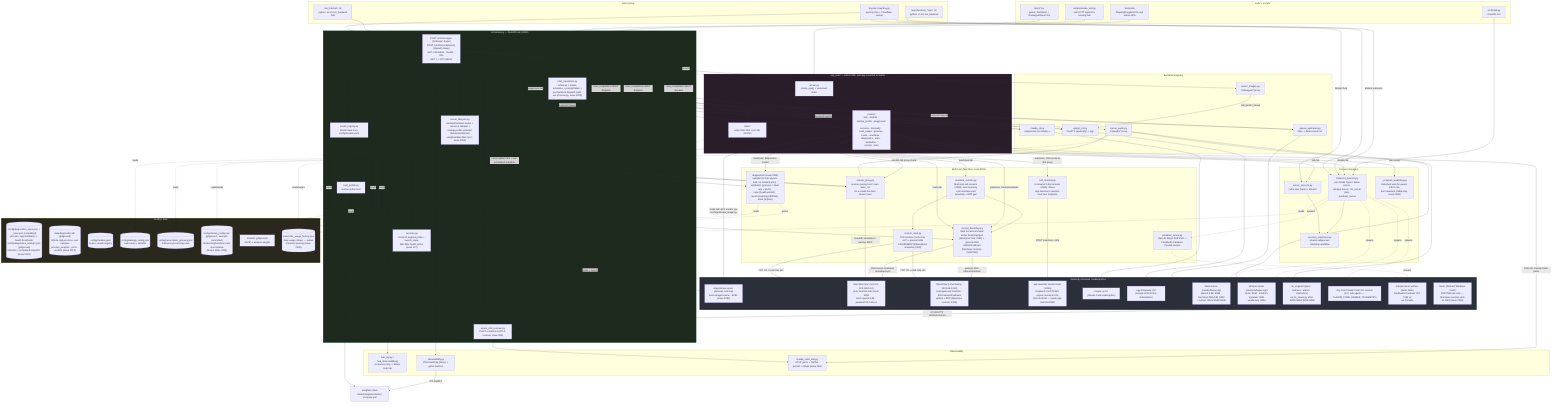
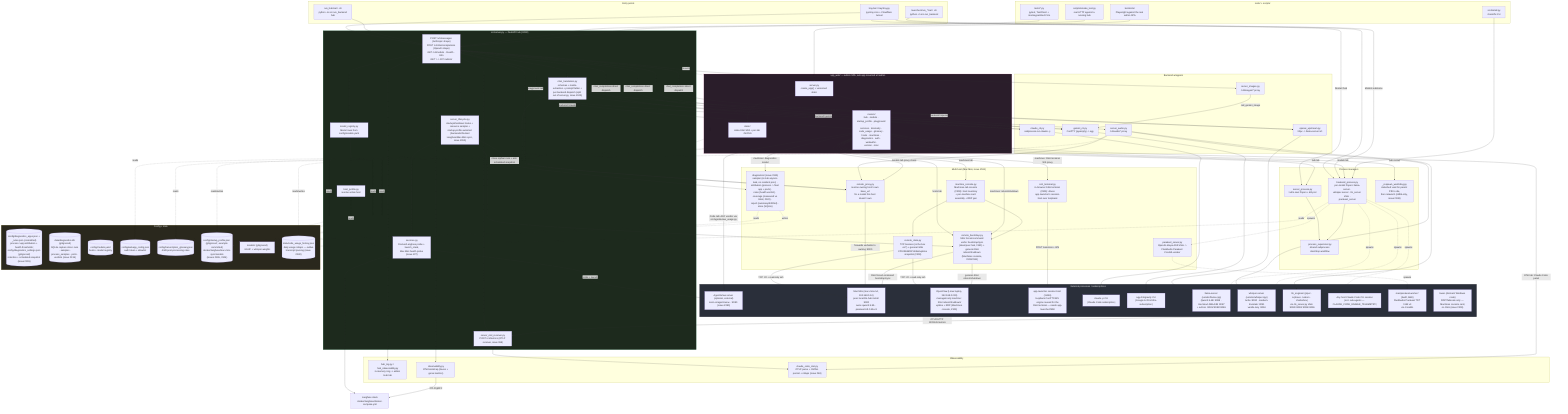
%% docs/architecture.mmd — local-llm-hub's own internal structure.
%% Hand-authored, not generated — companion to the fleet-wide convention in
%% ferraroroberto/fleet-config#256 (see that repo's own docs/architecture.mmd
%% for the reference dogfood). This is deliberately smaller than
%% docs/project-structure.md's three detailed diagrams (component/module/
%% sequence) — it's the one-glance map; project-structure.md stays the deep
%% reference. Update this diagram in the same PR as any material structural
%% change (a backend added/removed, a router moved, a process manager
%% relocated) — same anti-staleness contract as this repo's own `.fleet.toml`
%% `description` field.

flowchart TB
  subgraph entry["Entry points"]
    TRAY["tray.bat / tray/tray.py\npystray icon + Cloudflare tunnel"]
    RUNHUB["run_hub.bat / .sh\npython -m src.run_backend hub"]
    RUNMODEL["launchers/run_*.bat / .sh\npython -m src.run_backend <model_id>"]
  end

  subgraph core["src/server.py — FastAPI hub (:8000)"]
    SRV["POST /v1/messages (Anthropic shape)\nPOST /v1/chat/completions (OpenAI shape)\nGET /v1/models · /health · /info\nGET / -> 307 /admin/"]
    CHATT["chat_translation.py\nschemas + media extraction + prompt flatten +\nper-backend dispatch (split out of server.py, issue #245)"]
    LIFECYCLE["server_lifecycle.py\nstartup/shutdown hooks + resource sampler +\nstartup-profile autostart (backends/Docker/\nLangfuse/Mac-Mini-sync, issue #265)"]
    REG["model_registry.py\nModel rows from config/models.yaml"]
    HOSTP["host_profile.py\nresolve active host"]
    OTELRECV["server_otel_receiver.py\nPOST /v1/metrics (OTLP receiver, issue #68)"]
    SVC["services.py\nDocker/Langfuse probe + launch_stack,\nMac Mini health probe (issue #27)"]
  end
  TRAY --> SRV
  RUNHUB --> SRV
  SRV --> CHATT
  SRV --> LIFECYCLE
  SRV --> REG
  REG --> HOSTP
  LIFECYCLE --> SVC
  LIFECYCLE --> REMOTEBOOT
  SVC --> LANGFUSE
  SVC -->|probe + launch| AGENTSVIEW

  subgraph routing["Backend wrappers"]
    CLAUDECLI["claude_cli.py\nsubprocess.run claude -p"]
    GEMINICLI["gemini_cli.py\nConPTY (pywinpty) -> agy"]
    OAIUP["openai_upstream.py\nhttpx -> llama-server /v1"]
    AUDIOR["server_audio.py\n/v1/audio/* proxy"]
    IMAGESR["server_images.py\n/v1/images/* proxy"]
  end
  CHATT -->|backend=claude| CLAUDECLI
  CHATT -->|backend=gemini| GEMINICLI
  CHATT -->|backend=openai| OAIUP
  SRV -->|chat_completions direct dispatch| CLAUDECLI
  SRV -->|chat_completions direct dispatch| GEMINICLI
  SRV -->|chat_completions direct dispatch| OAIUP
  SRV --> AUDIOR
  SRV --> IMAGESR
  SRV --> OTELRECV
  IMAGESR -->|call_gemini_image| GEMINICLI

  subgraph multihost["Multi-host (Mac Mini, issue #181)"]
    REMOTEPROXY["remote_proxy.py\nresolve owning host's own base_url\nfor a model this host doesn't own"]
    REMOTEBOOT["remote_bootstrap.py\nSSH forced-command verbs: bootstrap/sync\n(dead peer hub, #181) + general-SSH\nreboot/shutdown (Machines console, #309/#311)"]
    MACHINECON["machine_console.py\nMachines-tab console (#309): host inventory\n+ per-machine card assembly + RDP gen"]
    REMOTESTATS["remote_stats.py\nTCP liveness (is the box on?) + general-SSH\nCPU/RAM/GPU/disk/uptime snapshot (#309)"]
    SSHTERM["ssh_terminal.py\nin-browser SSH terminal (#309): drives\napp-launcher's session-host over loopback"]
-     DIAG["diagnostics/ (issue #315)\nsampler (in-hub asyncio task, no resident proc) ·\nattribution (process -> fleet app + ports) ·\nrules (health verdict) · report (summary/drift/md) ·\nstore (SQLite)"]
+     DIAG["diagnostics/ (issue #315)\nsampler (in-hub asyncio task, no resident proc) ·\nattribution (process -> fleet app + ports) ·\nrules (health verdict) · coverage (measured vs blind, #322) ·\nreport (summary/drift/md) · store (SQLite)"]
    PARAKEETSRV["parakeet_server.py\nOpenAI-shape ASR shim ->\nFluidAudio Parakeet CoreML worker"]
  end
  CHATT --> REMOTEPROXY
  SRV --> REMOTEPROXY
  AUDIOR --> REMOTEPROXY
  WROUT -->|models tab proxy check| REMOTEPROXY
  WROUT -->|hosts tab| REMOTEBOOT
  WROUT -->|machines tab| MACHINECON
  WROUT -->|machines: reboot/shutdown| REMOTEBOOT
  WROUT -->|machines: SSH terminal WS proxy| SSHTERM
  MACHINECON --> REMOTEBOOT
  MACHINECON --> REMOTESTATS
  WROUT -->|machines: diagnostics modal| DIAG
  LIFECYCLE -->|close orphan runs + arm scheduled snapshot| DIAG
  DIAG -.reads.-> DIAGCFG
  DIAG -.writes.-> DIAGDB
  REMOTESTATS -->|TCP :22 + read-only ssh| MACMINI
  REMOTESTATS -->|TCP :22 + read-only ssh| OPENCLAW
  SSHTERM -->|POST /sessions + WS| SESSIONHOST
  REMOTEBOOT -->|general-SSH reboot/shutdown| OPENCLAW

  subgraph procmgr["Process managers"]
    SUPERVISOR["process_supervisor.py\nshared subprocess start/stop workflow"]
    SERVPROC["server_process.py\nhub's own Popen + kill-port"]
    BACKPROC["backend_process.py\nper-model Popen: llama-server ·\nwhisper-server · tts_server shim ·\nparakeet_server"]
    WATCHDOG["_respawn_watchdog.py\ndetached: wait for parent PID to die,\nthen relaunch (stdlib-only, issue #198)"]
  end
  RUNMODEL --> BACKPROC
  TRAY -->|Models submenu| BACKPROC
  TRAY -->|Restart hub| SERVPROC
  SERVPROC --> SUPERVISOR
  BACKPROC --> SUPERVISOR
  BACKPROC -.spawns.-> PARAKEETSRV

  subgraph ext["External processes / subscriptions"]
    CLAUDEBIN["claude -p CLI\n(Claude Code subscription)"]
    AGYBIN["agy Antigravity CLI\n(Google AI Pro/Ultra subscription)"]
    LLAMA["llama-server (vendor/llama.cpp)\nQwen3.5-4B :8088 · Gemma4-26B-A4B :8087\n+ ad-hoc :8081/:8082/:8086"]
    WHISPER["whisper-server (vendor/whisper.cpp)\nturbo :8090 · medium-translate :8091\nvanilla lazy :8094"]
    TTS["tts_engines/ (piper · orpheus · kokoro · chatterbox)\nvia tts_server.py shim :8092/:8093/:8095/:8096"]
    CCHOST["Any host Claude Code CLI session\n(incl. sub-agents — CLAUDE_CODE_ENABLE_TELEMETRY)"]
    MACMINI["Mac Mini (mac-mini-m4, 192.168.0.14)\npeer local-llm-hub install :8000\nowns qwen3.5-9b · parakeet-tdt-0.6b-v3"]
    PARAKEETWORKER["mac/parakeet-worker/ (Swift, ANE)\nFluidAudio Parakeet TDT 0.6B v3\nvia CoreML"]
    AGENTSVIEW["AgentsView server (optional, external)\nkenn-io/agentsview · :8080 (issue #280)"]
    SESSIONHOST["app-launcher session-host (:8446)\nloopback ConPTY/WS engine reused for the\nSSH terminal — needs app-launcher#558"]
    OPENCLAW["OpenClaw (Linux laptop, 192.168.0.239)\nmanaged-only machine: SSH reboot/shutdown/\nuptime + RDP (Machines console, #309)"]
    TOWER["tower (dormant Windows node)\nRDP/Tailscale only — Machines console card,\nno SSH (issue #309)"]
  end
  CLAUDECLI --> CLAUDEBIN
  GEMINICLI --> AGYBIN
  OAIUP --> LLAMA
  AUDIOR --> WHISPER
  AUDIOR --> TTS
  BACKPROC -.spawns.-> LLAMA
  BACKPROC -.spawns.-> WHISPER
  BACKPROC -.spawns.-> TTS
  CCHOST -->|OTLP/HTTP :8000/v1/metrics| OTELRECV
  REMOTEPROXY -->|forwards verbatim to owning :8000| MACMINI
  REMOTEBOOT -->|SSH forced-command bootstrap/sync| MACMINI
  PARAKEETSRV -.spawns.-> PARAKEETWORKER

  subgraph admin["app_web/ — admin SPA, sub-app mounted at /admin"]
    WSRV["server.py\ncreate_app() + versioned static"]
    WROUT["routers/\nhub · models · startup_profile · playground ·\nservices · telemetry · code_usage · glossary ·\nhosts · machines · diagnostics · auth · webauthn ·\nversion · misc"]
    WSTATIC["static/\nindex.html SPA + per-tab JS/CSS"]
  end
  SRV -.mounts.-> WSRV
  WSRV --> WROUT
  WSRV --> WSTATIC
  WROUT -->|hub tab| SERVPROC
  WROUT -->|hub restart| WATCHDOG
  WROUT -->|models tab| BACKPROC
  WROUT -->|playground tab| SRV

  subgraph obs["Observability"]
    HUBLOG["hub_log.py / hub_observability.py\nin-memory ring -> admin Hub tab"]
    OTEL["observability.py\nOTel bootstrap (traces + genai metrics)"]
    CCOTEL["claude_code_otel.py\nOTLP parse + JSONL persist + rollups (issue #68)"]
  end
  SRV --> HUBLOG
  SRV --> OTEL
  OTEL -->|OTLP/gRPC| LANGFUSE["Langfuse stack\ndocker/langfuse/docker-compose.yml"]
  OTELRECV --> CCOTEL
  WROUT -->|OTel tab: Claude Code panel| CCOTEL
  WROUT -->|Code tab: AGY vendor via src/agentsview_usage.py| AGENTSVIEW

  subgraph cfg["Config + data"]
    MODELSYAML[("config/models.yaml\nhosts + model registry")]
    WEBCFG[("config/webapp_config.json\nauth token + allowlist")]
    GLOSSARY[("config/transcription_glossary.json\nASR post-processing rules")]
    STARTUPCFG[("config/startup_profile.json (gitignored; .example committed)\ndocker/langfuse/mac-mini-sync/models\n(issues #265, #304)")]
    MODELSDIR["models/ (gitignored)\nGGUF + whisper weights"]
    USAGEHIST[("data/code_usage_history.json\ndaily usage rollups — outlive\ntranscript pruning (issue #280)")]
    DIAGCFG[("config/diagnostics_apps.json + _rules.json (committed)\nprocess->app attribution + health thresholds;\nconfig/diagnostics_settings.json (gitignored)\nretention + scheduled snapshot (issue #315)")]
    DIAGDB[("data/diagnostics.db (gitignored)\nSQLite capture store: runs · samples ·\nprocess_samples · ports · verdicts (issue #315)")]
  end
  REG -.reads.-> MODELSYAML
  HOSTP -.reads.-> MODELSYAML
  WSRV -.reads.-> WEBCFG
  AUDIOR -.reads.-> GLOSSARY
  BACKPROC -.reads.-> MODELSDIR
  REG -.reads.-> STARTUPCFG
  LIFECYCLE -.reads.-> STARTUPCFG
  WROUT -.reads/writes.-> STARTUPCFG
  WROUT -.reads/writes.-> USAGEHIST

  subgraph tests["tests/ + scripts/"]
    UNITTESTS["tests/*.py\npytest, TestClient + monkeypatched CLIs"]
    E2E["tests/e2e/\nPlaywright against the real admin SPA"]
    SMOKE["scripts/smoke_test.py\nreal HTTP against a running hub"]
    INSTALL["src/install.py\ncheck/fix CLI"]
  end
  UNITTESTS --> SRV
  E2E --> WSRV
  SMOKE --> SRV
  INSTALL --> BACKPROC

  classDef ext fill:#2a2f3a,stroke:#555,color:#eee
  classDef hub fill:#1d2a1d,stroke:#4a7,color:#eee
  classDef ui fill:#2a1d2a,stroke:#a47,color:#eee
  classDef cfgnode fill:#2a281d,stroke:#a94,color:#eee
  class ext ext
  class core hub
  class admin ui
  class cfg cfgnode
